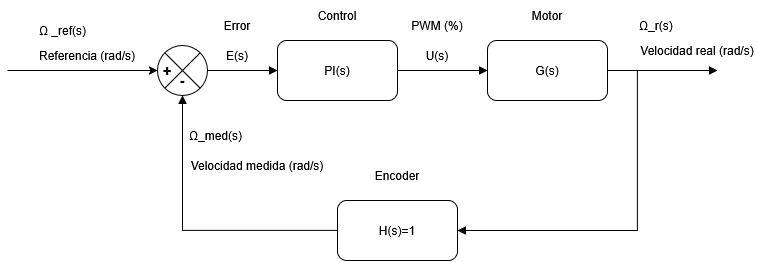
santiagorobaldi/Arturito keeps this draw.io diagram as DocumentacionLatex/Imagenes/Lazo Interno-Motor.png. Above is the earlier version. Source tidied: cells renumbered, new cells last; positions are measured from the earlier drawing's top-left corner, leaving out a move shared by most shapes.
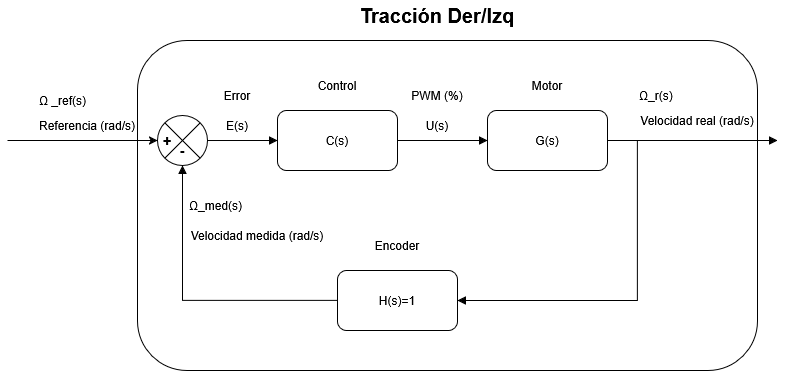
Later version of the same file.

What changed in the source:
```diff
@@ -2,10 +2,13 @@
   <root>
     <mxCell id="0" />
     <mxCell id="1" parent="0" />
+    <mxCell id="30" style="rounded=1;whiteSpace=wrap;html=1;roundedPerimeter=1;" parent="1" vertex="1">
+      <mxGeometry x="130" y="-30" width="620" height="330" as="geometry" />
+    </mxCell>
     <mxCell id="2" style="edgeStyle=orthogonalEdgeStyle;rounded=0;jettySize=auto;html=1;exitX=0;exitY=0.5;exitDx=0;exitDy=0;startArrow=block;startFill=1;endArrow=none;endFill=0;entryX=0.917;entryY=0.167;entryDx=0;entryDy=0;entryPerimeter=0;" parent="1" edge="1" source="3" target="15">
       <mxGeometry x="0.33" relative="1" as="geometry" />
     </mxCell>
-    <mxCell id="3" value="PI(s)" style="rounded=1;whiteSpace=wrap;html=1;roundedPerimeter=1;" parent="1" vertex="1">
+    <mxCell id="3" value="C(s)" style="rounded=1;whiteSpace=wrap;html=1;roundedPerimeter=1;" parent="1" vertex="1">
       <mxGeometry x="270" y="40" width="120" height="60" as="geometry" />
     </mxCell>
     <mxCell id="4" style="edgeStyle=orthogonalEdgeStyle;rounded=0;jettySize=auto;html=1;exitX=1;exitY=0.5;exitDx=0;exitDy=0;entryX=0;entryY=0.5;entryDx=0;entryDy=0;endArrow=block;endFill=1;" parent="1" edge="1" source="3" target="6">
@@ -13,7 +16,7 @@
     </mxCell>
     <mxCell id="5" style="edgeStyle=orthogonalEdgeStyle;rounded=0;jettySize=auto;html=1;endArrow=block;endFill=1;" parent="1" edge="1" source="6">
       <mxGeometry relative="1" as="geometry">
-        <mxPoint x="710" y="70" as="targetPoint" />
+        <mxPoint x="770" y="70" as="targetPoint" />
       </mxGeometry>
     </mxCell>
     <mxCell id="6" value="G(s)" style="rounded=1;whiteSpace=wrap;html=1;" parent="1" vertex="1">
@@ -93,5 +96,8 @@
     <mxCell id="29" value="Ω_r(s)" style="text;html=1;whiteSpace=wrap;strokeColor=none;fillColor=none;align=left;verticalAlign=middle;rounded=0;" parent="1" vertex="1">
       <mxGeometry x="630" y="10" width="60" height="30" as="geometry" />
     </mxCell>
+    <mxCell id="31" value="Tracción Der/Izq" style="text;html=1;whiteSpace=wrap;strokeColor=none;fillColor=none;align=center;verticalAlign=middle;rounded=0;fontStyle=1;fontSize=20;" parent="1" vertex="1">
+      <mxGeometry x="340" y="-70" width="180" height="30" as="geometry" />
+    </mxCell>
   </root>
 </mxGraphModel>
```
